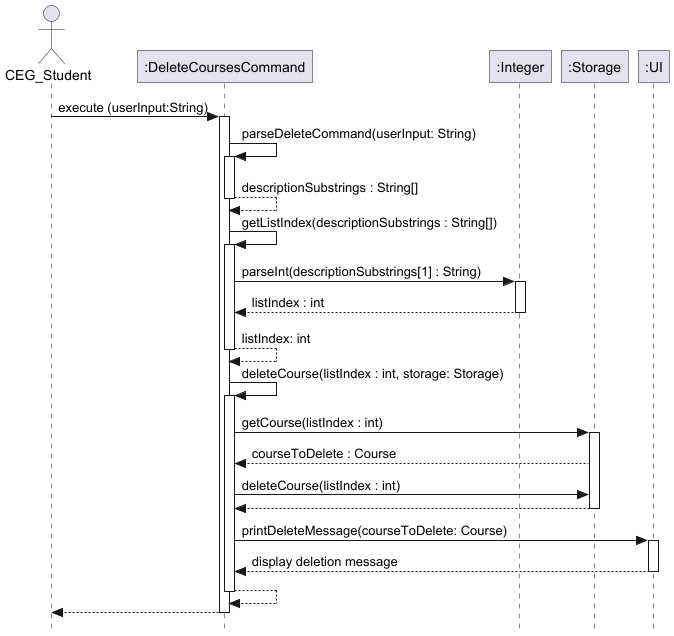
This is docs/images/DeleteCoursesCommand.png from nus-cs2113-AY2425S1/tp, a PlantUML export, as it was before one commit. Its diagram source:
```plantuml
@startuml
!include .SequenceDiagram.config

actor CEG_Student
participant ":DeleteCoursesCommand" as DeleteCoursesCommand
participant ":Integer" as Integer
participant ":Storage" as Storage
participant ":UI" as UI

CEG_Student -> DeleteCoursesCommand: execute (userInput:String)
activate DeleteCoursesCommand

DeleteCoursesCommand -> DeleteCoursesCommand: parseDeleteCommand(userInput: String)
activate DeleteCoursesCommand
return descriptionSubstrings : String[]

DeleteCoursesCommand -> DeleteCoursesCommand: getListIndex(descriptionSubstrings : String[])
activate DeleteCoursesCommand

DeleteCoursesCommand -> Integer: parseInt(descriptionSubstrings[1] : String)
activate Integer
return listIndex : int
return listIndex: int

DeleteCoursesCommand -> DeleteCoursesCommand: deleteCourse(listIndex : int, storage: Storage)
activate DeleteCoursesCommand
DeleteCoursesCommand -> Storage: getCourse(listIndex : int)
activate Storage
Storage --> DeleteCoursesCommand: courseToDelete : Course
DeleteCoursesCommand -> Storage: deleteCourse(listIndex : int)
Storage --> DeleteCoursesCommand
deactivate Storage

DeleteCoursesCommand -> UI: printDeleteMessage(courseToDelete: Course)
activate UI
UI --> DeleteCoursesCommand: display deletion message
deactivate UI

DeleteCoursesCommand --> DeleteCoursesCommand
deactivate DeleteCoursesCommand

DeleteCoursesCommand --> CEG_Student
deactivate DeleteCoursesCommand
@enduml
```
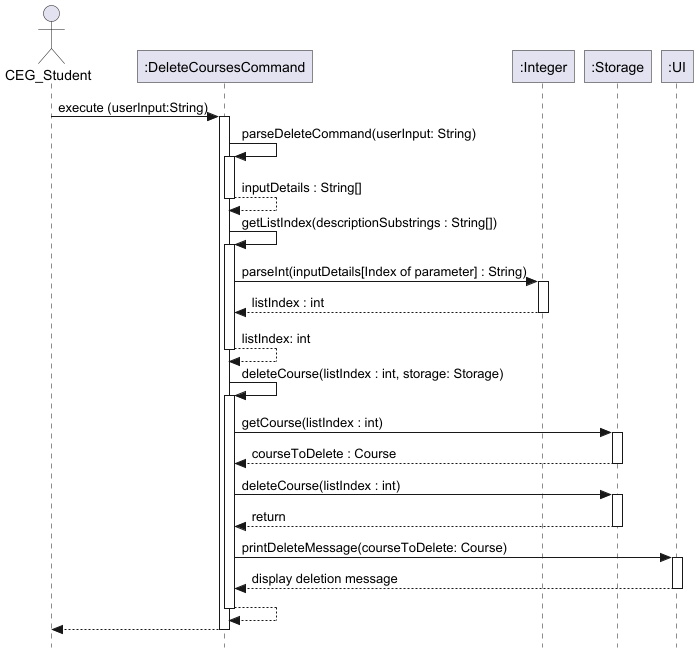
After the commit.

Commit message:
Fix documentation bugs in sequence diagrams

Change to the diagram source:
```diff
@@ -12,12 +12,12 @@
 
 DeleteCoursesCommand -> DeleteCoursesCommand: parseDeleteCommand(userInput: String)
 activate DeleteCoursesCommand
-return descriptionSubstrings : String[]
+return inputDetails : String[]
 
 DeleteCoursesCommand -> DeleteCoursesCommand: getListIndex(descriptionSubstrings : String[])
 activate DeleteCoursesCommand
 
-DeleteCoursesCommand -> Integer: parseInt(descriptionSubstrings[1] : String)
+DeleteCoursesCommand -> Integer: parseInt(inputDetails[Index of parameter] : String)
 activate Integer
 return listIndex : int
 return listIndex: int
@@ -27,8 +27,10 @@
 DeleteCoursesCommand -> Storage: getCourse(listIndex : int)
 activate Storage
 Storage --> DeleteCoursesCommand: courseToDelete : Course
+deactivate Storage
 DeleteCoursesCommand -> Storage: deleteCourse(listIndex : int)
-Storage --> DeleteCoursesCommand
+activate Storage
+Storage --> DeleteCoursesCommand: return
 deactivate Storage
 
 DeleteCoursesCommand -> UI: printDeleteMessage(courseToDelete: Course)
```
